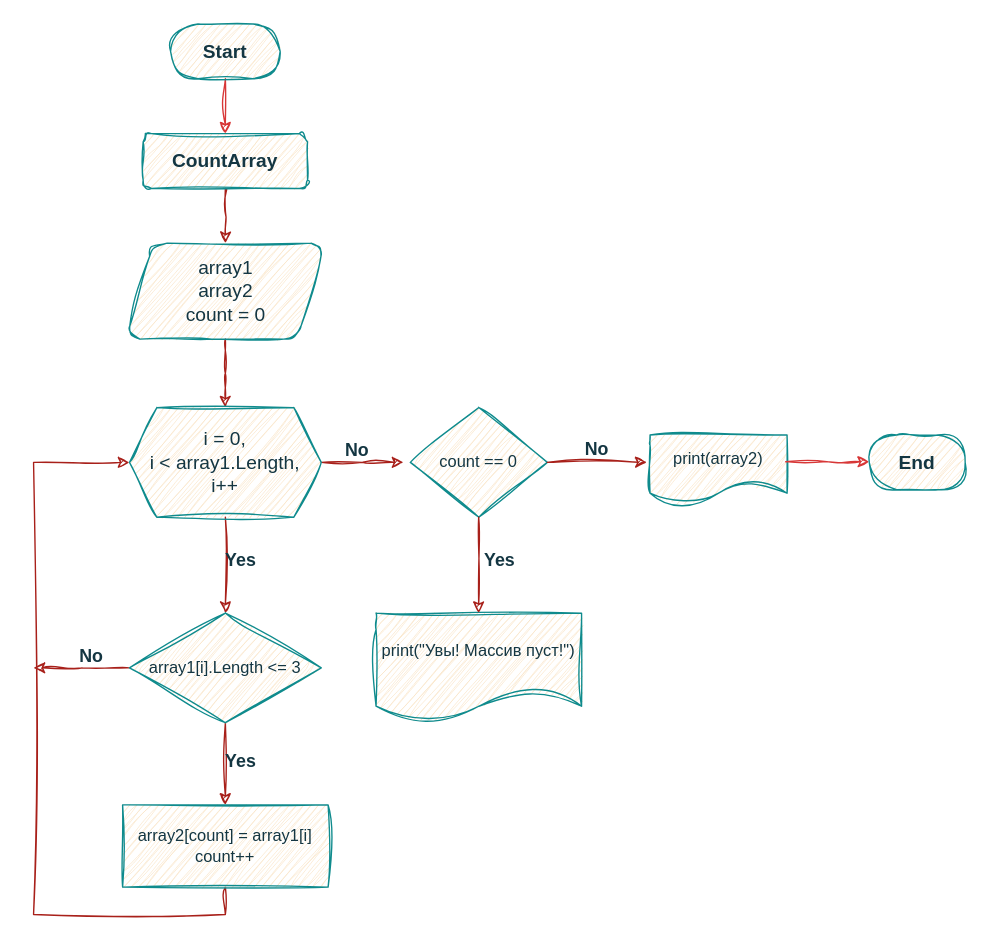
The draw.io diagram FINAL_TEST/CountArray.drawio in olgashenkel/GB_CSharp, before the edit. Source tidied: cells renumbered, new cells numbered last; positions are measured from the earlier drawing's top-left corner, leaving out a move shared by most shapes. Both pictures are drawn from the tidied source at 137%, with x=0, y=0 at pixel (33, 23).
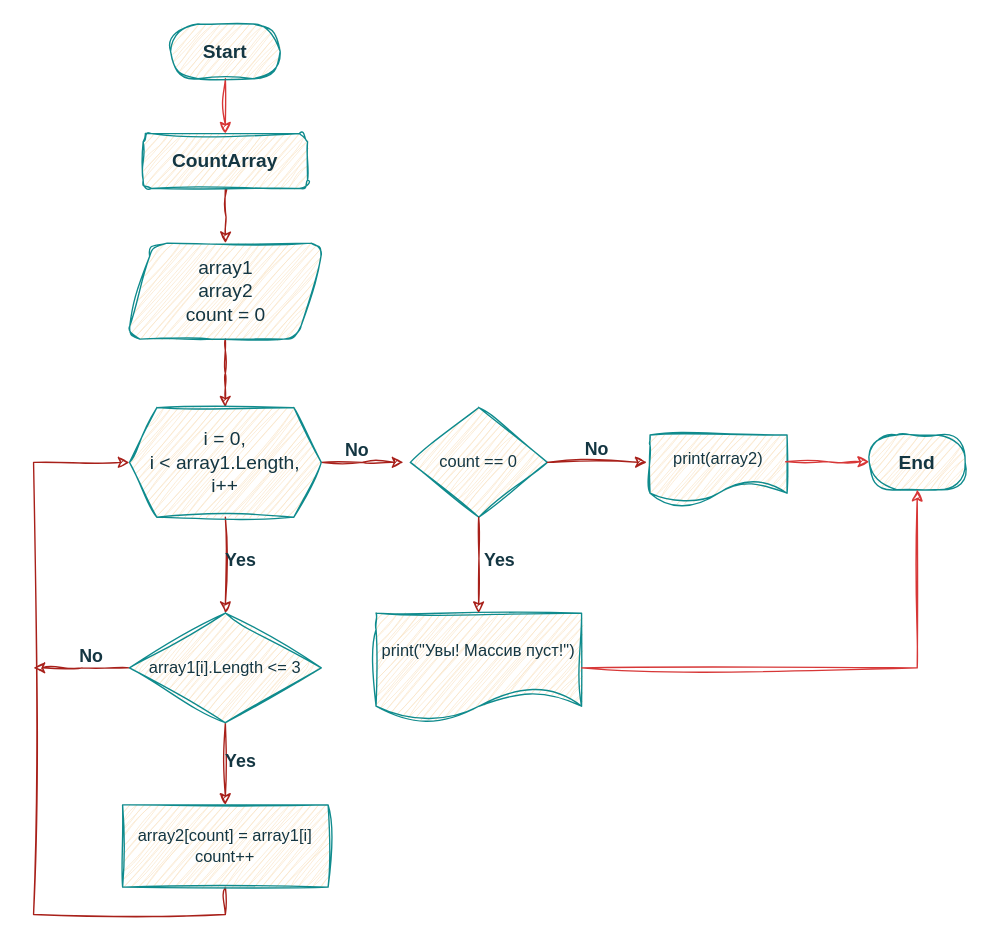
The same page after the edit.

Unchanged cells that the change refers to:
```xml
<mxCell id="19" value="print(&quot;Увы! Массив пуст!&quot;)" style="shape=document;whiteSpace=wrap;html=1;boundedLbl=1;labelBackgroundColor=none;fillColor=#FAE5C7;strokeColor=#0F8B8D;fontColor=#143642;sketch=1;curveFitting=1;jiggle=2;" parent="1" vertex="1">
  <mxGeometry x="250" y="430" width="150" height="80" as="geometry" />
</mxCell>
<mxCell id="28" value="End" style="rounded=1;whiteSpace=wrap;html=1;fontSize=14;fontStyle=1;labelBackgroundColor=none;fillColor=#FAE5C7;strokeColor=#0F8B8D;fontColor=#143642;sketch=1;curveFitting=1;jiggle=2;arcSize=50;" parent="1" vertex="1">
  <mxGeometry x="610" y="300" width="70" height="40" as="geometry" />
</mxCell>
```

What changed in the source:
```diff
@@
+    <mxCell id="29" style="edgeStyle=orthogonalEdgeStyle;rounded=0;sketch=1;hachureGap=4;jiggle=2;curveFitting=1;jettySize=auto;html=1;fontFamily=Architects Daughter;strokeColor=#d73737;exitX=1;exitY=0.5;exitDx=0;exitDy=0;entryX=0.5;entryY=1;entryDx=0;entryDy=0;" parent="1" edge="1" source="19" target="28">
+      <mxGeometry relative="1" as="geometry">
+        <Array as="points">
+          <mxPoint x="645" y="470" />
+        </Array>
+      </mxGeometry>
+    </mxCell>
```
